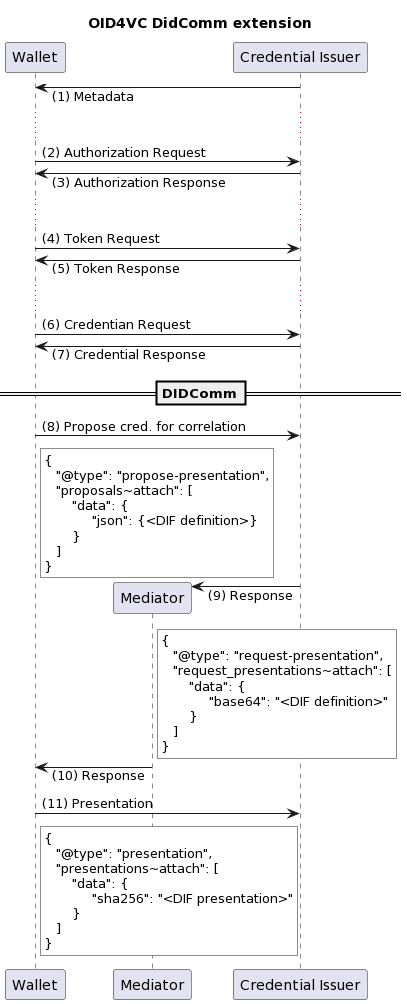
Earlier version of the PlantUML export Diagramme/oid4vc_didcomm_postconnection.png (IDunion/OpenIDIDComm).
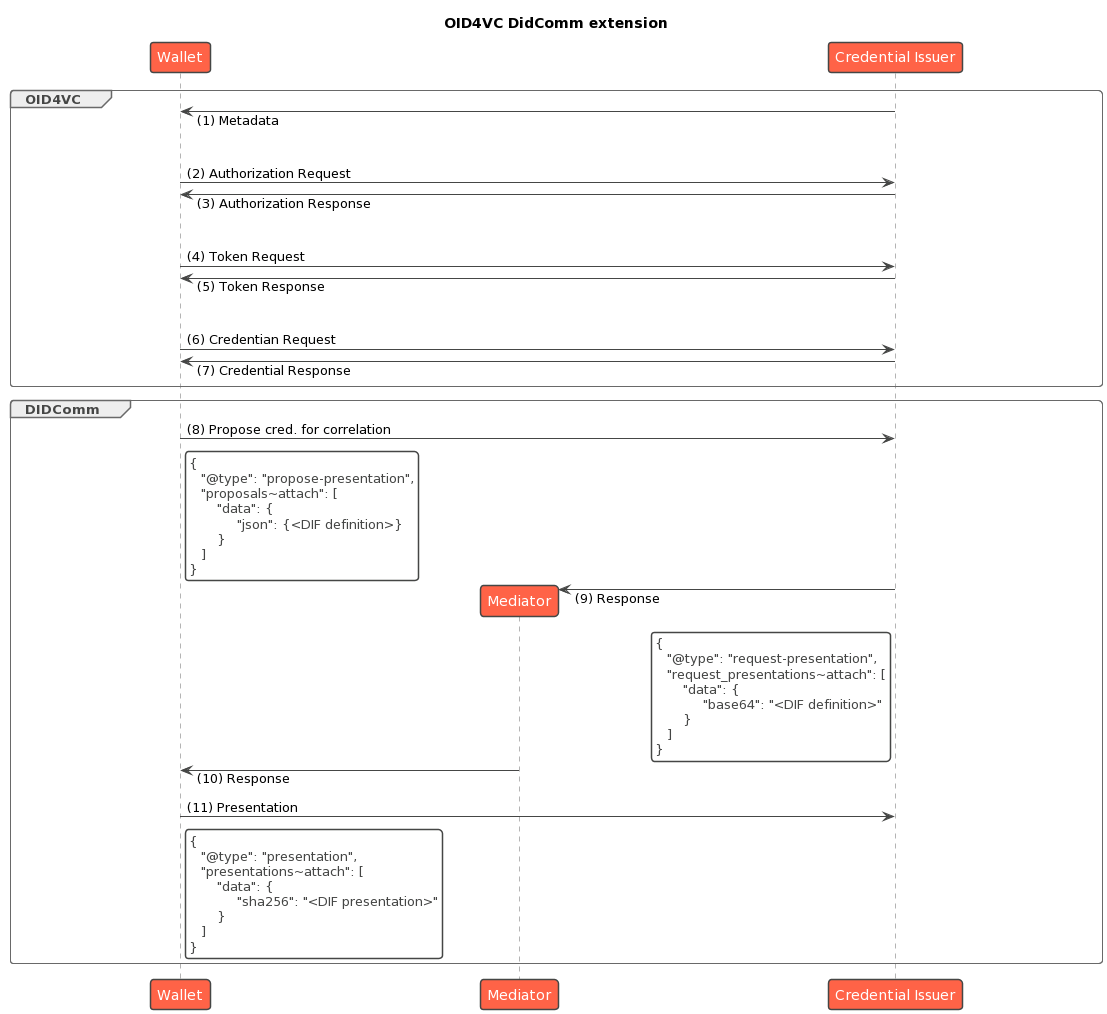
After the commit.

Commit message:
Formatierung geändert

What changed in the source:
```diff
@@ -1,26 +1,29 @@
 @startuml
+!theme vibrant
 title "OID4VC DidComm extension"
 participant Wallet order 1
 participant "Credential Issuer" as CI order 3
+skinparam ParticipantPadding 130
 
 autonumber "(0)"
+group OID4VC
 CI -> Wallet: Metadata
 
-...
+|||
 skinparam responseMessageBelowArrow true
 Wallet -> CI: Authorization Request
 CI -> Wallet: Authorization Response
 
-...
+|||
 Wallet -> CI: Token Request
 CI -> Wallet: Token Response
 
-...
+|||
 Wallet -> CI: Credentian Request
 CI -> Wallet: Credential Response
+end
 
-==DIDComm==
-
+group DIDComm
 Wallet -> CI: Propose cred. for correlation
 rnote right of Wallet #FFFFFF
 {
@@ -35,7 +38,7 @@
 
 create participant Mediator order 2
 CI -> Mediator: Response
-rnote right of Mediator #FFFFFF
+rnote left of CI #FFFFFF
 {
    "@type": "request-presentation",
    "request_presentations~attach": [
@@ -58,4 +61,5 @@
    ]
 }
 end rnote
+end
 @enduml
```
